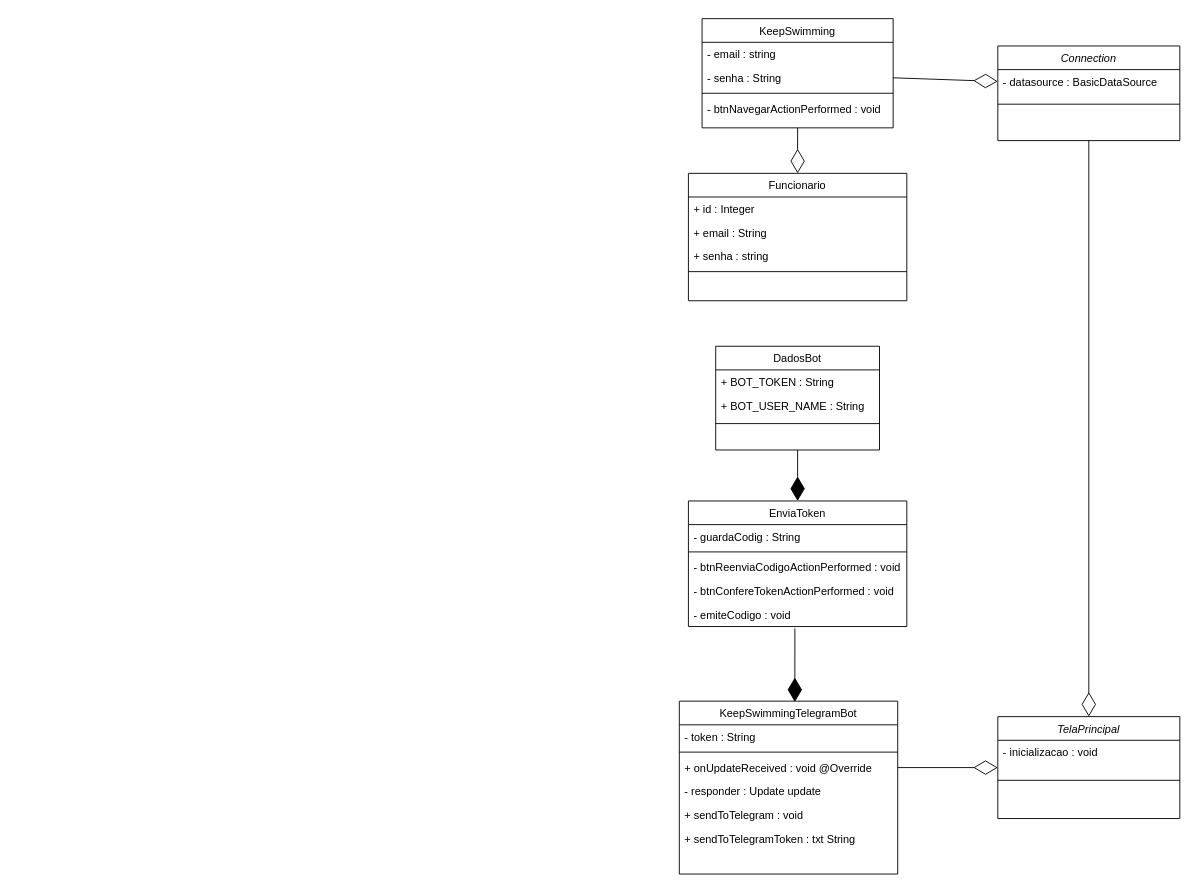
Before: documentaçao/keepSwimming.drawio in NetoOSantos/Keep-Swimming, a draw.io diagram. Source tidied: cells renumbered, new cells numbered last; positions are measured from the earlier drawing's top-left corner, leaving out a move shared by most shapes. Both pictures are drawn from the tidied source at 91%, with x=0, y=0 at pixel (679, 18).
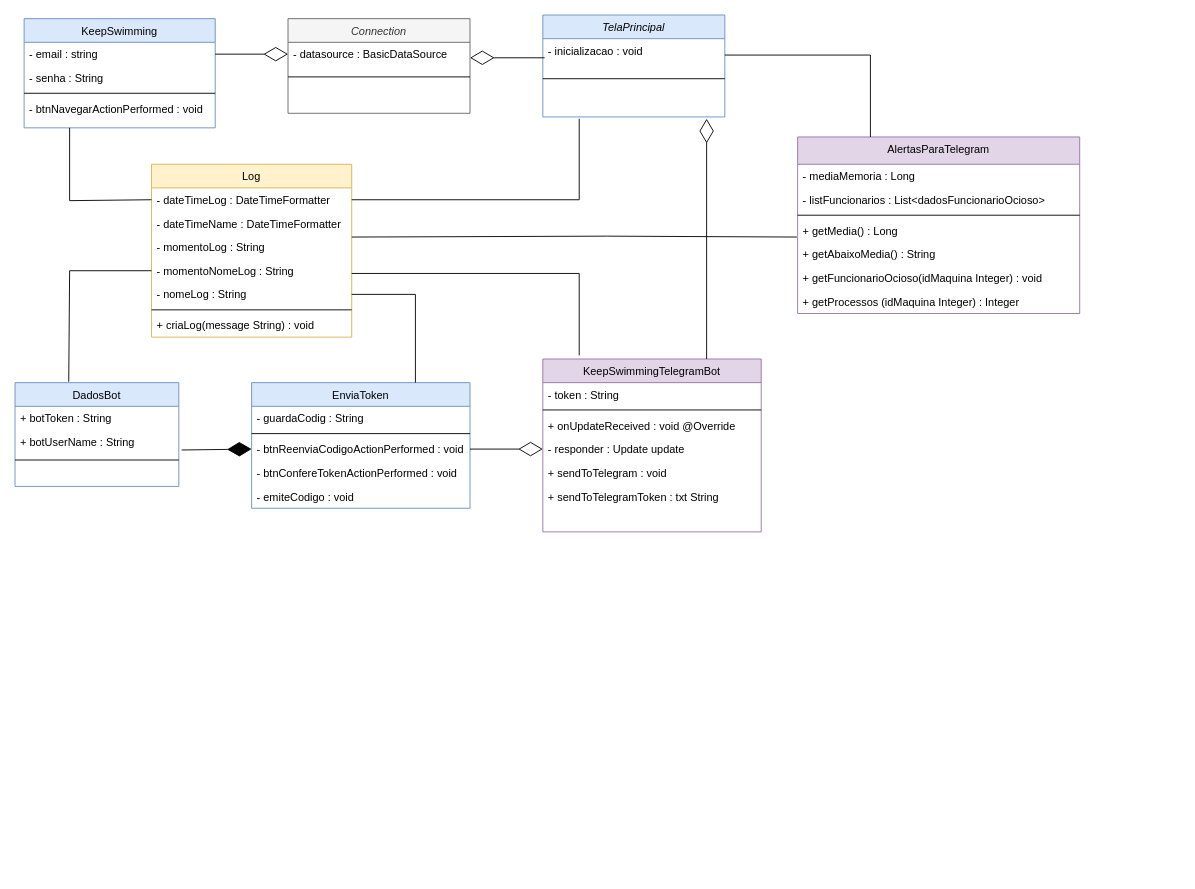
The same page after the edit.

Unchanged cells that the change refers to:
```xml
<mxCell id="3" value="- datasource : BasicDataSource" style="text;align=left;verticalAlign=top;spacingLeft=4;spacingRight=4;overflow=hidden;points=[[0,0.5],[1,0.5]];portConstraint=eastwest;" parent="2" vertex="1">
  <mxGeometry y="26" width="200" height="26" as="geometry" />
</mxCell>
<mxCell id="8" value="- btnReenviaCodigoActionPerformed : void&#10;" style="text;align=left;verticalAlign=top;spacingLeft=4;spacingRight=4;overflow=hidden;points=[[0,0.5],[1,0.5]];portConstraint=eastwest;" parent="5" vertex="1">
  <mxGeometry y="60" width="240" height="26" as="geometry" />
</mxCell>
<mxCell id="16" value="- email : string" style="text;align=left;verticalAlign=top;spacingLeft=4;spacingRight=4;overflow=hidden;points=[[0,0.5],[1,0.5]];portConstraint=eastwest;" parent="15" vertex="1">
  <mxGeometry y="26" width="210" height="26" as="geometry" />
</mxCell>
<mxCell id="17" value="- senha : String" style="text;align=left;verticalAlign=top;spacingLeft=4;spacingRight=4;overflow=hidden;points=[[0,0.5],[1,0.5]];portConstraint=eastwest;" parent="15" vertex="1">
  <mxGeometry y="52" width="210" height="26" as="geometry" />
</mxCell>
<mxCell id="28" value="+ onUpdateReceived : void @Override" style="text;align=left;verticalAlign=top;spacingLeft=4;spacingRight=4;overflow=hidden;points=[[0,0.5],[1,0.5]];portConstraint=eastwest;" parent="25" vertex="1">
  <mxGeometry y="60" width="240" height="26" as="geometry" />
</mxCell>
<mxCell id="29" value="- responder : Update update" style="text;align=left;verticalAlign=top;spacingLeft=4;spacingRight=4;overflow=hidden;points=[[0,0.5],[1,0.5]];portConstraint=eastwest;" parent="25" vertex="1">
  <mxGeometry y="86" width="240" height="26" as="geometry" />
</mxCell>
<mxCell id="33" value="- inicializacao : void" style="text;align=left;verticalAlign=top;spacingLeft=4;spacingRight=4;overflow=hidden;points=[[0,0.5],[1,0.5]];portConstraint=eastwest;" parent="32" vertex="1">
  <mxGeometry y="26" width="200" height="26" as="geometry" />
</mxCell>
```

The edit, as a diff of the source:
```diff
@@
-    <mxCell id="2" value="Connection" style="swimlane;fontStyle=2;align=center;verticalAlign=top;horizontal=1;startSize=26;rounded=0;shadow=0;strokeWidth=1;" parent="1" vertex="1">
-      <mxGeometry x="350" y="30" width="200" height="104" as="geometry" />
+    <mxCell id="2" value="Connection" style="swimlane;fontStyle=2;align=center;verticalAlign=top;horizontal=1;startSize=26;rounded=0;shadow=0;strokeWidth=1;fillColor=#f5f5f5;fontColor=#333333;strokeColor=#666666;" parent="1" vertex="1">
+      <mxGeometry x="-430" width="200" height="104" as="geometry" />
     </mxCell>
@@
-    <mxCell id="5" value="EnviaToken" style="swimlane;fontStyle=0;align=center;verticalAlign=top;horizontal=1;startSize=26;rounded=0;shadow=0;strokeWidth=1;" parent="1" vertex="1">
-      <mxGeometry x="10" y="530" width="240" height="138" as="geometry" />
+    <mxCell id="5" value="EnviaToken" style="swimlane;fontStyle=0;align=center;verticalAlign=top;horizontal=1;startSize=26;rounded=0;shadow=0;strokeWidth=1;fillColor=#dae8fc;strokeColor=#6c8ebf;" parent="1" vertex="1">
+      <mxGeometry x="-470" y="400" width="240" height="138" as="geometry" />
     </mxCell>
@@
-    <mxCell id="11" value="DadosBot" style="swimlane;fontStyle=0;align=center;verticalAlign=top;horizontal=1;startSize=26;rounded=0;shadow=0;strokeWidth=1;" parent="1" vertex="1">
-      <mxGeometry x="40" y="360" width="180" height="114" as="geometry" />
+    <mxCell id="11" value="DadosBot" style="swimlane;fontStyle=0;align=center;verticalAlign=top;horizontal=1;startSize=26;rounded=0;shadow=0;strokeWidth=1;fillColor=#dae8fc;strokeColor=#6c8ebf;" parent="1" vertex="1">
+      <mxGeometry x="-730" y="400" width="180" height="114" as="geometry" />
     </mxCell>
-    <mxCell id="12" value="+ BOT_TOKEN : String" style="text;align=left;verticalAlign=top;spacingLeft=4;spacingRight=4;overflow=hidden;" parent="11" vertex="1">
+    <mxCell id="12" value="+ botToken : String" style="text;align=left;verticalAlign=top;spacingLeft=4;spacingRight=4;overflow=hidden;" parent="11" vertex="1">
       <mxGeometry y="26" width="180" height="26" as="geometry" />
     </mxCell>
-    <mxCell id="13" value="+ BOT_USER_NAME : String" style="text;align=left;verticalAlign=top;spacingLeft=4;spacingRight=4;overflow=hidden;points=[[0,0.5],[1,0.5]];portConstraint=eastwest;rounded=0;shadow=0;html=0;" parent="11" vertex="1">
+    <mxCell id="13" value="+ botUserName : String" style="text;align=left;verticalAlign=top;spacingLeft=4;spacingRight=4;overflow=hidden;points=[[0,0.5],[1,0.5]];portConstraint=eastwest;rounded=0;shadow=0;html=0;" parent="11" vertex="1">
       <mxGeometry y="52" width="180" height="26" as="geometry" />
     </mxCell>
@@
-    <mxCell id="15" value="KeepSwimming" style="swimlane;fontStyle=0;align=center;verticalAlign=top;horizontal=1;startSize=26;rounded=0;shadow=0;strokeWidth=1;" parent="1" vertex="1">
-      <mxGeometry x="25" width="210" height="120" as="geometry" />
+    <mxCell id="15" value="KeepSwimming" style="swimlane;fontStyle=0;align=center;verticalAlign=top;horizontal=1;startSize=26;rounded=0;shadow=0;strokeWidth=1;fillColor=#dae8fc;strokeColor=#6c8ebf;" parent="1" vertex="1">
+      <mxGeometry x="-720" width="210" height="120" as="geometry" />
     </mxCell>
@@
-    <mxCell id="20" value="Funcionario" style="swimlane;fontStyle=0;align=center;verticalAlign=top;horizontal=1;startSize=26;rounded=0;shadow=0;strokeWidth=1;" parent="1" vertex="1">
-      <mxGeometry x="10" y="170" width="240" height="140" as="geometry" />
-    </mxCell>
-    <mxCell id="21" value="+ id : Integer" style="text;align=left;verticalAlign=top;spacingLeft=4;spacingRight=4;overflow=hidden;" parent="20" vertex="1">
-      <mxGeometry y="26" width="240" height="26" as="geometry" />
-    </mxCell>
-    <mxCell id="22" value="+ email : String" style="text;align=left;verticalAlign=top;spacingLeft=4;spacingRight=4;overflow=hidden;" parent="20" vertex="1">
-      <mxGeometry y="52" width="240" height="26" as="geometry" />
-    </mxCell>
-    <mxCell id="23" value="+ senha : string" style="text;align=left;verticalAlign=top;spacingLeft=4;spacingRight=4;overflow=hidden;" parent="20" vertex="1">
-      <mxGeometry y="78" width="240" height="26" as="geometry" />
-    </mxCell>
-    <mxCell id="24" style="line;html=1;strokeWidth=1;align=left;verticalAlign=middle;spacingTop=-1;spacingLeft=3;spacingRight=3;labelPosition=right;" parent="20" vertex="1">
-      <mxGeometry y="104" width="240" height="8" as="geometry" />
-    </mxCell>
-    <mxCell id="25" value="KeepSwimmingTelegramBot" style="swimlane;fontStyle=0;align=center;verticalAlign=top;horizontal=1;startSize=26;rounded=0;shadow=0;strokeWidth=1;" parent="1" vertex="1">
-      <mxGeometry y="750" width="240" height="190" as="geometry" />
+    <mxCell id="25" value="KeepSwimmingTelegramBot" style="swimlane;fontStyle=0;align=center;verticalAlign=top;horizontal=1;startSize=26;rounded=0;shadow=0;strokeWidth=1;fillColor=#e1d5e7;strokeColor=#9673a6;" parent="1" vertex="1">
+      <mxGeometry x="-150" y="374" width="240" height="190" as="geometry" />
     </mxCell>
@@
-    <mxCell id="32" value="TelaPrincipal" style="swimlane;fontStyle=2;align=center;verticalAlign=top;horizontal=1;startSize=26;rounded=0;shadow=0;strokeWidth=1;" parent="1" vertex="1">
-      <mxGeometry x="350" y="767" width="200" height="112" as="geometry" />
+    <mxCell id="32" value="TelaPrincipal" style="swimlane;fontStyle=2;align=center;verticalAlign=top;horizontal=1;startSize=26;rounded=0;shadow=0;strokeWidth=1;fillColor=#dae8fc;strokeColor=#6c8ebf;" parent="1" vertex="1">
+      <mxGeometry x="-150" y="-4" width="200" height="112" as="geometry" />
     </mxCell>
@@
-    <mxCell id="35" style="endArrow=diamondThin;endFill=0;endSize=24;html=1;rounded=0;exitX=0.5;exitY=1;exitDx=0;exitDy=0;entryX=0.5;entryY=0;entryDx=0;entryDy=0;" parent="1" edge="1" source="15" target="20">
-      <mxGeometry relative="1" as="geometry" />
-    </mxCell>
-    <mxCell id="36" style="endArrow=diamondThin;endFill=1;endSize=24;html=1;rounded=0;exitX=0.5;exitY=1;exitDx=0;exitDy=0;entryX=0.5;entryY=0;entryDx=0;entryDy=0;" parent="1" edge="1" source="11" target="5">
+    <mxCell id="36" style="endArrow=diamondThin;endFill=1;endSize=24;html=1;rounded=0;entryX=0;entryY=0.5;entryDx=0;entryDy=0;exitX=1.017;exitY=0.846;exitDx=0;exitDy=0;exitPerimeter=0;" parent="1" edge="1" source="13" target="8">
       <mxGeometry relative="1" as="geometry" />
     </mxCell>
-    <mxCell id="37" style="endArrow=diamondThin;endFill=1;endSize=24;html=1;rounded=0;entryX=0.529;entryY=0.005;entryDx=0;entryDy=0;entryPerimeter=0;" parent="1" edge="1" target="25">
-      <mxGeometry relative="1" as="geometry">
-        <mxPoint x="127" y="670" as="sourcePoint" />
-      </mxGeometry>
-    </mxCell>
-    <mxCell id="38" style="endArrow=diamondThin;endFill=0;endSize=24;html=1;rounded=0;exitX=1;exitY=0.5;exitDx=0;exitDy=0;entryX=0;entryY=0.5;entryDx=0;entryDy=0;" parent="1" edge="1" source="28" target="32">
-      <mxGeometry relative="1" as="geometry" />
+    <mxCell id="38" style="endArrow=diamondThin;endFill=0;endSize=24;html=1;rounded=0;exitX=0.75;exitY=0;exitDx=0;exitDy=0;" parent="1" edge="1" source="25">
+      <mxGeometry relative="1" as="geometry">
+        <mxPoint x="30" y="110" as="targetPoint" />
+      </mxGeometry>
     </mxCell>
-    <mxCell id="39" style="endArrow=diamondThin;endFill=0;endSize=24;html=1;rounded=0;entryX=0;entryY=0.5;entryDx=0;entryDy=0;exitX=1;exitY=0.5;exitDx=0;exitDy=0;" parent="1" edge="1" source="17" target="3">
+    <mxCell id="39" style="endArrow=diamondThin;endFill=0;endSize=24;html=1;rounded=0;entryX=0;entryY=0.5;entryDx=0;entryDy=0;exitX=1;exitY=0.5;exitDx=0;exitDy=0;" parent="1" edge="1" source="16" target="3">
       <mxGeometry relative="1" as="geometry" />
     </mxCell>
-    <mxCell id="40" style="endArrow=diamondThin;endFill=0;endSize=24;html=1;rounded=0;entryX=0.5;entryY=0;entryDx=0;entryDy=0;exitX=0.5;exitY=1;exitDx=0;exitDy=0;" parent="1" edge="1" source="2" target="32">
-      <mxGeometry relative="1" as="geometry" />
-    </mxCell>
+    <mxCell id="41" value="AlertasParaTelegram" style="swimlane;fontStyle=0;align=center;verticalAlign=top;horizontal=1;startSize=30;rounded=0;shadow=0;strokeWidth=1;fillColor=#e1d5e7;strokeColor=#9673a6;" parent="1" vertex="1">
+      <mxGeometry x="130" y="130" width="310" height="194" as="geometry" />
+    </mxCell>
+    <mxCell id="42" value="- mediaMemoria : Long" style="text;align=left;verticalAlign=top;spacingLeft=4;spacingRight=4;overflow=hidden;" parent="41" vertex="1">
+      <mxGeometry y="30" width="310" height="26" as="geometry" />
+    </mxCell>
+    <mxCell id="43" value="- listFuncionarios : List&lt;dadosFuncionarioOcioso&gt;&#10; " style="text;align=left;verticalAlign=top;spacingLeft=4;spacingRight=4;overflow=hidden;" parent="41" vertex="1">
+      <mxGeometry y="56" width="310" height="26" as="geometry" />
+    </mxCell>
+    <mxCell id="44" style="line;html=1;strokeWidth=1;align=left;verticalAlign=middle;spacingTop=-1;spacingLeft=3;spacingRight=3;labelPosition=right;" parent="41" vertex="1">
+      <mxGeometry y="82" width="310" height="8" as="geometry" />
+    </mxCell>
+    <mxCell id="45" value="+ getMedia() : Long" style="text;align=left;verticalAlign=top;spacingLeft=4;spacingRight=4;overflow=hidden;points=[[0,0.5],[1,0.5]];portConstraint=eastwest;" parent="41" vertex="1">
+      <mxGeometry y="90" width="310" height="26" as="geometry" />
+    </mxCell>
+    <mxCell id="46" value="+ getAbaixoMedia() : String" style="text;align=left;verticalAlign=top;spacingLeft=4;spacingRight=4;overflow=hidden;" parent="41" vertex="1">
+      <mxGeometry y="116" width="310" height="26" as="geometry" />
+    </mxCell>
+    <mxCell id="47" value="+ getFuncionarioOcioso(idMaquina Integer) : void" style="text;align=left;verticalAlign=top;spacingLeft=4;spacingRight=4;overflow=hidden;" parent="41" vertex="1">
+      <mxGeometry y="142" width="310" height="26" as="geometry" />
+    </mxCell>
+    <mxCell id="48" value="+ getProcessos (idMaquina Integer) : Integer" style="text;align=left;verticalAlign=top;spacingLeft=4;spacingRight=4;overflow=hidden;" parent="41" vertex="1">
+      <mxGeometry y="168" width="310" height="26" as="geometry" />
+    </mxCell>
+    <mxCell id="49" style="endArrow=diamondThin;endFill=0;endSize=24;html=1;rounded=0;exitX=1;exitY=0.5;exitDx=0;exitDy=0;entryX=0;entryY=0.5;entryDx=0;entryDy=0;" parent="1" edge="1" source="8" target="29">
+      <mxGeometry relative="1" as="geometry" />
+    </mxCell>
+    <mxCell id="50" style="endArrow=none;html=1;rounded=0;" parent="1" edge="1">
+      <mxGeometry relative="1" as="geometry">
+        <mxPoint x="50" y="40" as="sourcePoint" />
+        <mxPoint x="210" y="130" as="targetPoint" />
+        <Array as="points">
+          <mxPoint x="210" y="40" />
+        </Array>
+      </mxGeometry>
+    </mxCell>
+    <mxCell id="51" value="Log" style="swimlane;fontStyle=0;align=center;verticalAlign=top;horizontal=1;startSize=26;rounded=0;shadow=0;strokeWidth=1;fillColor=#fff2cc;strokeColor=#d6b656;" parent="1" vertex="1">
+      <mxGeometry x="-580" y="160" width="220" height="190" as="geometry" />
+    </mxCell>
+    <mxCell id="52" value="- dateTimeLog : DateTimeFormatter" style="text;align=left;verticalAlign=top;spacingLeft=4;spacingRight=4;overflow=hidden;points=[[0,0.5],[1,0.5]];portConstraint=eastwest;" parent="51" vertex="1">
+      <mxGeometry y="26" width="220" height="26" as="geometry" />
+    </mxCell>
+    <mxCell id="53" value="- dateTimeName : DateTimeFormatter" style="text;align=left;verticalAlign=top;spacingLeft=4;spacingRight=4;overflow=hidden;" parent="51" vertex="1">
+      <mxGeometry y="52" width="220" height="26" as="geometry" />
+    </mxCell>
+    <mxCell id="54" value="- momentoLog : String" style="text;align=left;verticalAlign=top;spacingLeft=4;spacingRight=4;overflow=hidden;" parent="51" vertex="1">
+      <mxGeometry y="78" width="220" height="26" as="geometry" />
+    </mxCell>
+    <mxCell id="55" value="- momentoNomeLog : String" style="text;align=left;verticalAlign=top;spacingLeft=4;spacingRight=4;overflow=hidden;points=[[0,0.5],[1,0.5]];portConstraint=eastwest;" parent="51" vertex="1">
+      <mxGeometry y="104" width="220" height="26" as="geometry" />
+    </mxCell>
+    <mxCell id="56" value="- nomeLog : String" style="text;align=left;verticalAlign=top;spacingLeft=4;spacingRight=4;overflow=hidden;points=[[0,0.5],[1,0.5]];portConstraint=eastwest;" parent="51" vertex="1">
+      <mxGeometry y="130" width="220" height="26" as="geometry" />
+    </mxCell>
+    <mxCell id="57" style="line;html=1;strokeWidth=1;align=left;verticalAlign=middle;spacingTop=-1;spacingLeft=3;spacingRight=3;labelPosition=right;" parent="51" vertex="1">
+      <mxGeometry y="156" width="220" height="8" as="geometry" />
+    </mxCell>
+    <mxCell id="58" value="+ criaLog(message String) : void" style="text;align=left;verticalAlign=top;spacingLeft=4;spacingRight=4;overflow=hidden;" parent="51" vertex="1">
+      <mxGeometry y="164" width="220" height="26" as="geometry" />
+    </mxCell>
+    <mxCell id="59" style="endArrow=none;html=1;rounded=0;exitX=1;exitY=0.5;exitDx=0;exitDy=0;entryX=0.75;entryY=0;entryDx=0;entryDy=0;" parent="1" edge="1" source="56" target="5">
+      <mxGeometry relative="1" as="geometry">
+        <Array as="points">
+          <mxPoint x="-290" y="303" />
+        </Array>
+      </mxGeometry>
+    </mxCell>
+    <mxCell id="60" style="endArrow=none;html=1;rounded=0;exitX=1;exitY=0.5;exitDx=0;exitDy=0;" parent="1" edge="1" source="52">
+      <mxGeometry relative="1" as="geometry">
+        <mxPoint x="-110" y="110" as="targetPoint" />
+        <Array as="points">
+          <mxPoint x="-110" y="199" />
+        </Array>
+      </mxGeometry>
+    </mxCell>
+    <mxCell id="61" style="endArrow=none;html=1;rounded=0;entryX=-0.003;entryY=0.769;entryDx=0;entryDy=0;entryPerimeter=0;" parent="1" edge="1" target="45">
+      <mxGeometry relative="1" as="geometry">
+        <mxPoint x="-360" y="240" as="sourcePoint" />
+        <Array as="points">
+          <mxPoint x="-80" y="239" />
+        </Array>
+      </mxGeometry>
+    </mxCell>
+    <mxCell id="62" style="endArrow=none;html=1;rounded=0;" parent="1" edge="1">
+      <mxGeometry relative="1" as="geometry">
+        <mxPoint x="-360" y="280" as="sourcePoint" />
+        <mxPoint x="-110" y="370" as="targetPoint" />
+        <Array as="points">
+          <mxPoint x="-110" y="280" />
+        </Array>
+      </mxGeometry>
+    </mxCell>
+    <mxCell id="63" style="endArrow=none;html=1;rounded=0;entryX=0;entryY=0.5;entryDx=0;entryDy=0;" parent="1" edge="1" target="52">
+      <mxGeometry relative="1" as="geometry">
+        <mxPoint x="-670" y="120" as="sourcePoint" />
+        <Array as="points">
+          <mxPoint x="-670" y="200" />
+        </Array>
+      </mxGeometry>
+    </mxCell>
+    <mxCell id="64" style="endArrow=none;html=1;rounded=0;exitX=0.328;exitY=-0.009;exitDx=0;exitDy=0;exitPerimeter=0;entryX=0;entryY=0.5;entryDx=0;entryDy=0;" parent="1" edge="1" source="11" target="55">
+      <mxGeometry relative="1" as="geometry">
+        <Array as="points">
+          <mxPoint x="-670" y="277" />
+        </Array>
+      </mxGeometry>
+    </mxCell>
+    <mxCell id="65" style="endArrow=diamondThin;endFill=0;endSize=24;html=1;rounded=0;exitX=0.01;exitY=0.808;exitDx=0;exitDy=0;exitPerimeter=0;" parent="1" edge="1" source="33">
+      <mxGeometry relative="1" as="geometry">
+        <mxPoint x="-230" y="43" as="targetPoint" />
+      </mxGeometry>
+    </mxCell>
```
